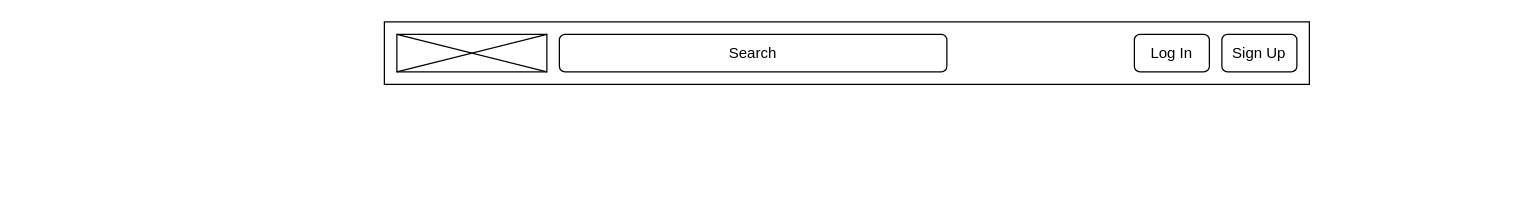
Above: wireframes/navbar.drawio in sliceofpizzaxd/CST8285-Assignment2 (draw.io), before the change. Source tidied: cells renumbered, new cells numbered last; positions are measured from the earlier drawing's top-left corner, leaving out a move shared by most shapes. Both pictures are drawn from the tidied source at 125%, with x=0, y=0 at pixel (384, 21).
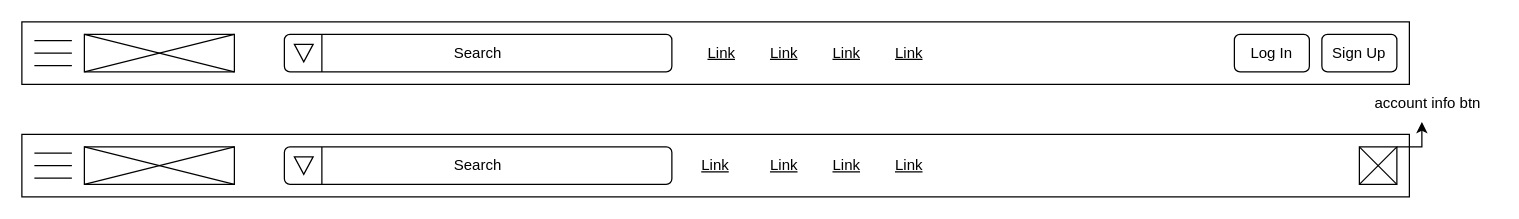
After the change.

What changed in the source:
```diff
@@
     <mxCell id="2" style="rounded=0;whiteSpace=wrap;html=1;" parent="1" vertex="1">
-      <mxGeometry width="740" height="50" as="geometry" />
+      <mxGeometry x="-290" width="1110" height="50" as="geometry" />
     </mxCell>
     <mxCell id="3" style="group;" parent="1" vertex="1">
-      <mxGeometry x="10" y="10" width="120" height="30" as="geometry" />
+      <mxGeometry x="-240" y="10" width="120" height="30" as="geometry" />
     </mxCell>
@@
     <mxCell id="7" value="&lt;div align=&quot;left&quot;&gt;Search&lt;br&gt;&lt;/div&gt;" style="rounded=1;whiteSpace=wrap;html=1;" parent="1" vertex="1">
-      <mxGeometry x="140" y="10" width="310" height="30" as="geometry" />
+      <mxGeometry x="-80" y="10" width="310" height="30" as="geometry" />
     </mxCell>
     <mxCell id="8" value="Sign Up" style="rounded=1;whiteSpace=wrap;html=1;" parent="1" vertex="1">
-      <mxGeometry x="670" y="10" width="60" height="30" as="geometry" />
+      <mxGeometry x="750" y="10" width="60" height="30" as="geometry" />
     </mxCell>
     <mxCell id="9" value="Log In" style="rounded=1;whiteSpace=wrap;html=1;" parent="1" vertex="1">
-      <mxGeometry x="600" y="10" width="60" height="30" as="geometry" />
+      <mxGeometry x="680" y="10" width="60" height="30" as="geometry" />
     </mxCell>
+    <mxCell id="10" style="rounded=0;whiteSpace=wrap;html=1;" parent="1" vertex="1">
+      <mxGeometry x="-290" y="90" width="1110" height="50" as="geometry" />
+    </mxCell>
+    <mxCell id="11" style="group;" parent="1" vertex="1">
+      <mxGeometry x="-240" y="100" width="120" height="30" as="geometry" />
+    </mxCell>
+    <mxCell id="12" style="rounded=0;whiteSpace=wrap;html=1;" parent="11" vertex="1">
+      <mxGeometry width="120" height="30" as="geometry" />
+    </mxCell>
+    <mxCell id="13" style="endArrow=none;html=1;rounded=0;exitX=1;exitY=0;exitDx=0;exitDy=0;entryX=0;entryY=1;entryDx=0;entryDy=0;" parent="11" edge="1" source="12" target="12">
+      <mxGeometry relative="1" as="geometry" />
+    </mxCell>
+    <mxCell id="14" style="endArrow=none;html=1;rounded=0;exitX=0;exitY=0;exitDx=0;exitDy=0;entryX=1;entryY=1;entryDx=0;entryDy=0;" parent="11" edge="1" source="12" target="12">
+      <mxGeometry relative="1" as="geometry" />
+    </mxCell>
+    <mxCell id="15" value="&lt;div align=&quot;left&quot;&gt;Search&lt;br&gt;&lt;/div&gt;" style="rounded=1;whiteSpace=wrap;html=1;" parent="1" vertex="1">
+      <mxGeometry x="-80" y="100" width="310" height="30" as="geometry" />
+    </mxCell>
+    <mxCell id="16" style="group;" parent="1" vertex="1">
+      <mxGeometry x="780" y="100" width="30" height="30" as="geometry" />
+    </mxCell>
+    <mxCell id="17" style="edgeStyle=orthogonalEdgeStyle;rounded=0;jettySize=auto;html=1;exitX=1;exitY=0;exitDx=0;exitDy=0;" parent="16" edge="1" source="18">
+      <mxGeometry relative="1" as="geometry">
+        <mxPoint x="50" y="-20" as="targetPoint" />
+      </mxGeometry>
+    </mxCell>
+    <mxCell id="18" style="rounded=0;whiteSpace=wrap;html=1;" parent="16" vertex="1">
+      <mxGeometry width="30" height="30" as="geometry" />
+    </mxCell>
+    <mxCell id="19" style="endArrow=none;html=1;rounded=0;exitX=1;exitY=0;exitDx=0;exitDy=0;entryX=0;entryY=1;entryDx=0;entryDy=0;" parent="16" edge="1" source="18" target="18">
+      <mxGeometry relative="1" as="geometry" />
+    </mxCell>
+    <mxCell id="20" style="endArrow=none;html=1;rounded=0;exitX=0;exitY=0;exitDx=0;exitDy=0;entryX=1;entryY=1;entryDx=0;entryDy=0;" parent="16" edge="1" source="18" target="18">
+      <mxGeometry relative="1" as="geometry" />
+    </mxCell>
+    <mxCell id="21" value="&lt;div&gt;account info btn&lt;/div&gt;" style="text;strokeColor=none;align=center;fillColor=none;html=1;verticalAlign=middle;whiteSpace=wrap;rounded=0;" parent="1" vertex="1">
+      <mxGeometry x="780" y="50" width="110" height="30" as="geometry" />
+    </mxCell>
+    <mxCell id="22" style="group;" parent="1" vertex="1">
+      <mxGeometry x="-280" y="15" width="30" height="20" as="geometry" />
+    </mxCell>
+    <mxCell id="23" style="endArrow=none;html=1;rounded=0;" parent="22" edge="1">
+      <mxGeometry relative="1" as="geometry">
+        <mxPoint as="sourcePoint" />
+        <mxPoint x="30" as="targetPoint" />
+      </mxGeometry>
+    </mxCell>
+    <mxCell id="24" style="endArrow=none;html=1;rounded=0;" parent="22" edge="1">
+      <mxGeometry relative="1" as="geometry">
+        <mxPoint y="10" as="sourcePoint" />
+        <mxPoint x="30" y="10" as="targetPoint" />
+      </mxGeometry>
+    </mxCell>
+    <mxCell id="25" style="endArrow=none;html=1;rounded=0;" parent="22" edge="1">
+      <mxGeometry relative="1" as="geometry">
+        <mxPoint y="20" as="sourcePoint" />
+        <mxPoint x="30" y="20" as="targetPoint" />
+      </mxGeometry>
+    </mxCell>
+    <mxCell id="26" style="group;" parent="1" vertex="1">
+      <mxGeometry x="-280" y="105" width="30" height="20" as="geometry" />
+    </mxCell>
+    <mxCell id="27" style="endArrow=none;html=1;rounded=0;" parent="26" edge="1">
+      <mxGeometry relative="1" as="geometry">
+        <mxPoint as="sourcePoint" />
+        <mxPoint x="30" as="targetPoint" />
+      </mxGeometry>
+    </mxCell>
+    <mxCell id="28" style="endArrow=none;html=1;rounded=0;" parent="26" edge="1">
+      <mxGeometry relative="1" as="geometry">
+        <mxPoint y="10" as="sourcePoint" />
+        <mxPoint x="30" y="10" as="targetPoint" />
+      </mxGeometry>
+    </mxCell>
+    <mxCell id="29" style="endArrow=none;html=1;rounded=0;" parent="26" edge="1">
+      <mxGeometry relative="1" as="geometry">
+        <mxPoint y="20" as="sourcePoint" />
+        <mxPoint x="30" y="20" as="targetPoint" />
+      </mxGeometry>
+    </mxCell>
+    <mxCell id="30" style="endArrow=none;html=1;rounded=0;" parent="1" edge="1">
+      <mxGeometry relative="1" as="geometry">
+        <mxPoint x="-50" y="40" as="sourcePoint" />
+        <mxPoint x="-50" y="10" as="targetPoint" />
+      </mxGeometry>
+    </mxCell>
+    <mxCell id="31" style="endArrow=none;html=1;rounded=0;" parent="1" edge="1">
+      <mxGeometry relative="1" as="geometry">
+        <mxPoint x="-50" y="130" as="sourcePoint" />
+        <mxPoint x="-50" y="100" as="targetPoint" />
+      </mxGeometry>
+    </mxCell>
+    <mxCell id="32" style="verticalLabelPosition=bottom;verticalAlign=top;html=1;shape=mxgraph.basic.acute_triangle;dx=0.5;direction=west;" parent="1" vertex="1">
+      <mxGeometry x="-72" y="108" width="15" height="14" as="geometry" />
+    </mxCell>
+    <mxCell id="33" style="verticalLabelPosition=bottom;verticalAlign=top;html=1;shape=mxgraph.basic.acute_triangle;dx=0.5;direction=west;" parent="1" vertex="1">
+      <mxGeometry x="-72" y="18" width="15" height="14" as="geometry" />
+    </mxCell>
+    <mxCell id="34" value="&lt;u&gt;Link&lt;/u&gt;" style="text;strokeColor=none;align=center;fillColor=none;html=1;verticalAlign=middle;whiteSpace=wrap;rounded=0;" parent="1" vertex="1">
+      <mxGeometry x="240" y="10" width="60" height="30" as="geometry" />
+    </mxCell>
+    <mxCell id="35" value="&lt;u&gt;Link&lt;/u&gt;" style="text;strokeColor=none;align=center;fillColor=none;html=1;verticalAlign=middle;whiteSpace=wrap;rounded=0;" parent="1" vertex="1">
+      <mxGeometry x="290" y="10" width="60" height="30" as="geometry" />
+    </mxCell>
+    <mxCell id="36" value="&lt;u&gt;Link&lt;/u&gt;" style="text;strokeColor=none;align=center;fillColor=none;html=1;verticalAlign=middle;whiteSpace=wrap;rounded=0;" parent="1" vertex="1">
+      <mxGeometry x="340" y="10" width="60" height="30" as="geometry" />
+    </mxCell>
+    <mxCell id="37" value="&lt;u&gt;Link&lt;/u&gt;" style="text;strokeColor=none;align=center;fillColor=none;html=1;verticalAlign=middle;whiteSpace=wrap;rounded=0;" parent="1" vertex="1">
+      <mxGeometry x="390" y="10" width="60" height="30" as="geometry" />
+    </mxCell>
+    <mxCell id="38" value="&lt;u&gt;Link&lt;/u&gt;" style="text;strokeColor=none;align=center;fillColor=none;html=1;verticalAlign=middle;whiteSpace=wrap;rounded=0;" parent="1" vertex="1">
+      <mxGeometry x="235" y="100" width="60" height="30" as="geometry" />
+    </mxCell>
+    <mxCell id="39" value="&lt;u&gt;Link&lt;/u&gt;" style="text;strokeColor=none;align=center;fillColor=none;html=1;verticalAlign=middle;whiteSpace=wrap;rounded=0;" parent="1" vertex="1">
+      <mxGeometry x="290" y="100" width="60" height="30" as="geometry" />
+    </mxCell>
+    <mxCell id="40" value="&lt;u&gt;Link&lt;/u&gt;" style="text;strokeColor=none;align=center;fillColor=none;html=1;verticalAlign=middle;whiteSpace=wrap;rounded=0;" parent="1" vertex="1">
+      <mxGeometry x="340" y="100" width="60" height="30" as="geometry" />
+    </mxCell>
+    <mxCell id="41" value="&lt;u&gt;Link&lt;/u&gt;" style="text;strokeColor=none;align=center;fillColor=none;html=1;verticalAlign=middle;whiteSpace=wrap;rounded=0;" parent="1" vertex="1">
+      <mxGeometry x="390" y="100" width="60" height="30" as="geometry" />
+    </mxCell>
```
